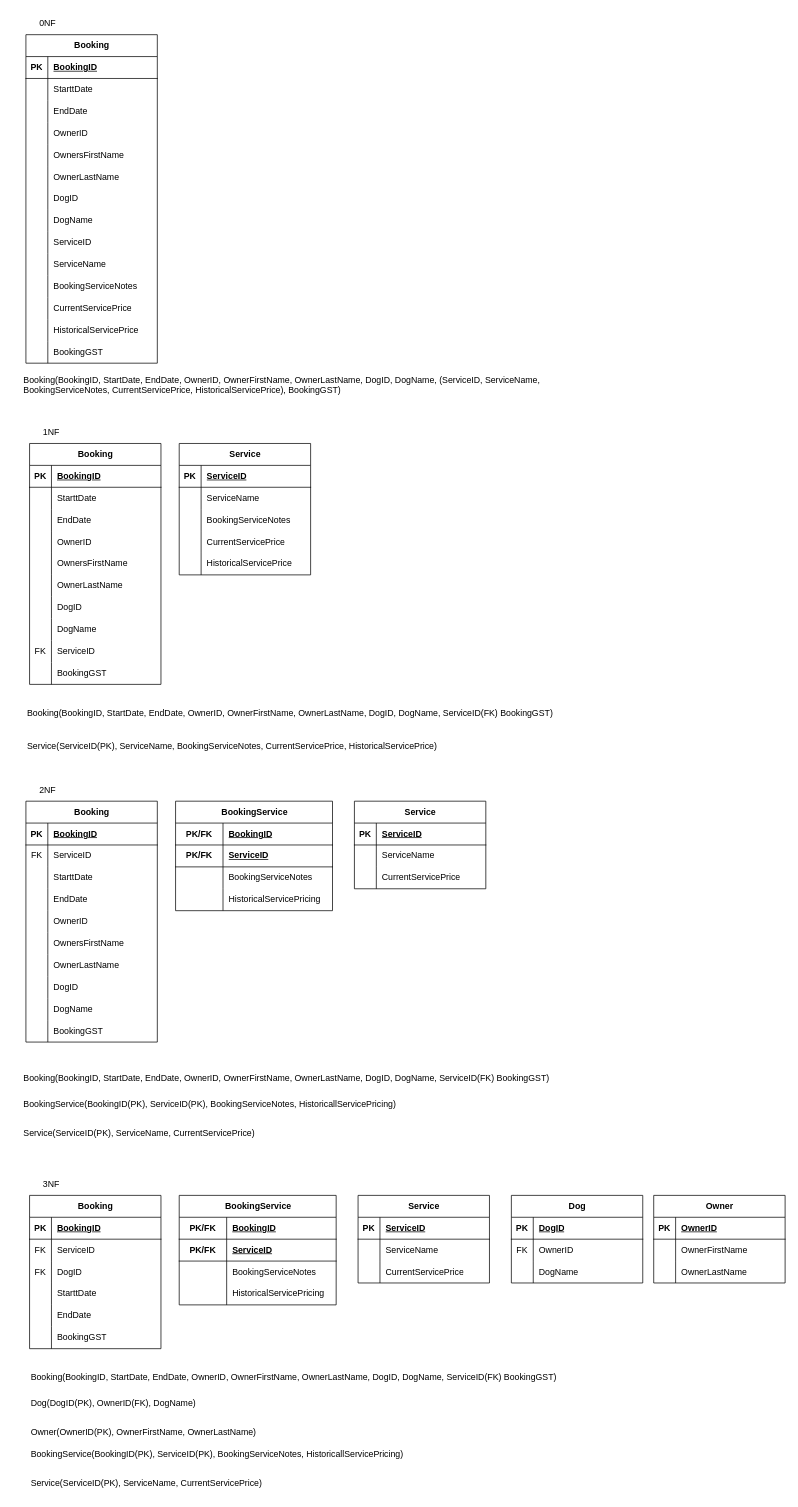
This is Assignment 1 - DUE OCT 2/Assignment1_James_Jaffray/View3withTables.drawio from James-Jaffray/Database_Fundamentals_in_Class, a draw.io file, before an edit. Source tidied: cells renumbered, new cells numbered last; positions are measured from the earlier drawing's top-left corner, leaving out a move shared by most shapes. Both pictures are drawn from the tidied source at 73%, with x=0, y=0 at pixel (22, 12).
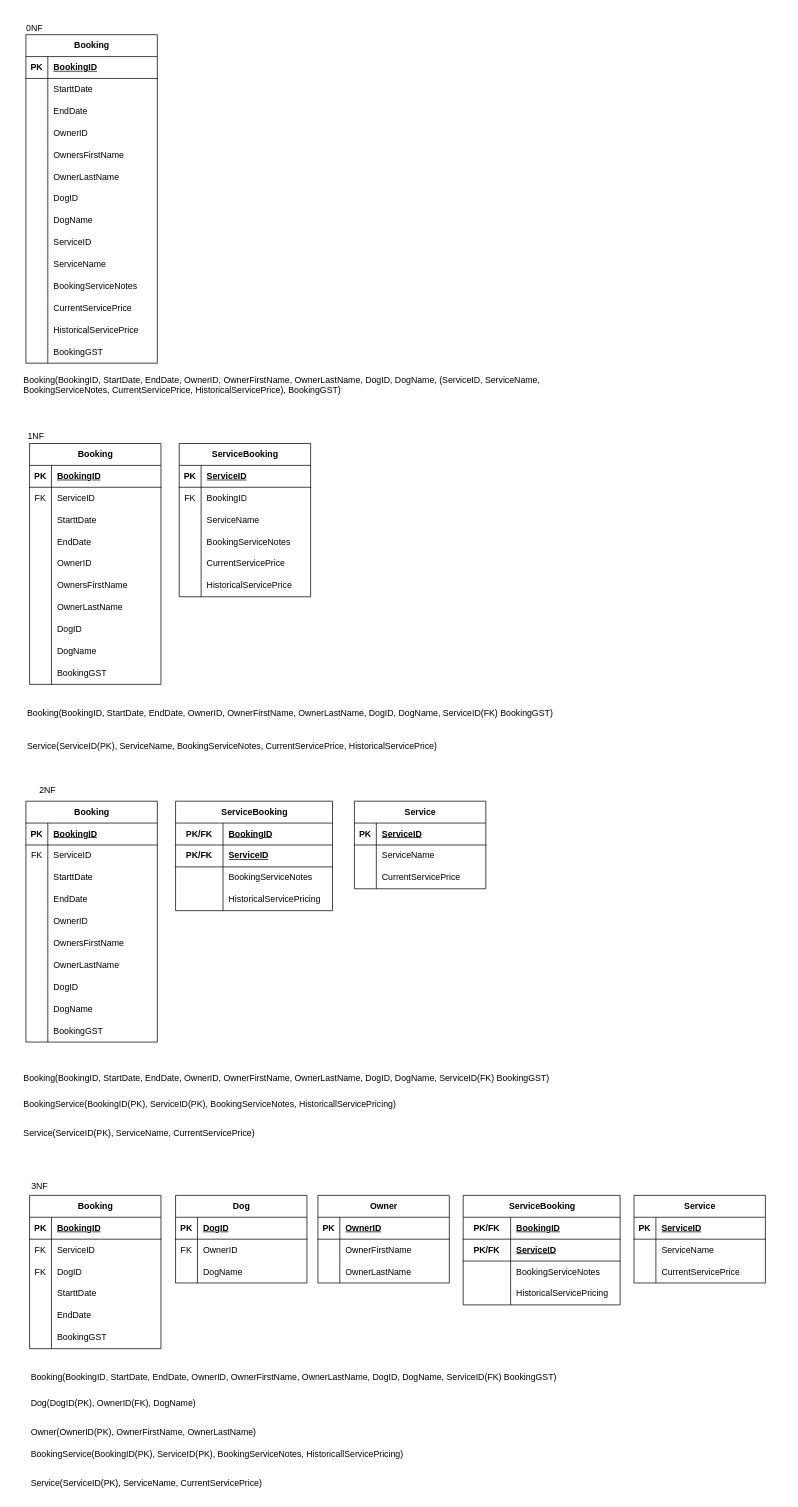
The same diagram, later.

The change refers to these unchanged cells:
```xml
<mxCell id="47" value="Booking" style="shape=table;startSize=30;childLayout=tableLayout;rowLines=0;fontStyle=1;align=center;html=1;" parent="1" vertex="1">
  <mxGeometry x="10" y="590" width="180" height="330" as="geometry" />
</mxCell>
<mxCell id="85" style="shape=tableRow;horizontal=0;startSize=0;swimlaneHead=0;swimlaneBody=0;fillColor=none;top=0;left=0;right=0;bottom=0;" parent="81" vertex="1">
  <mxGeometry y="60" width="180" height="30" as="geometry" />
</mxCell>
```

Change to the diagram source:
```diff
@@
     <mxCell id="2" value="0NF" style="text;html=1;whiteSpace=wrap;strokeColor=none;fillColor=none;align=center;verticalAlign=middle;rounded=0;" parent="1" vertex="1">
-      <mxGeometry x="5" width="60" height="30" as="geometry" />
+      <mxGeometry x="-13" y="6" width="60" height="30" as="geometry" />
     </mxCell>
@@
+    <mxCell id="72" style="shape=tableRow;horizontal=0;startSize=0;swimlaneHead=0;swimlaneBody=0;fillColor=none;top=0;left=0;right=0;bottom=0;" parent="47" vertex="1">
+      <mxGeometry y="60" width="180" height="30" as="geometry" />
+    </mxCell>
+    <mxCell id="73" value="FK" style="shape=partialRectangle;fillColor=none;top=0;left=0;bottom=0;right=0;overflow=hidden;whiteSpace=wrap;html=1;" parent="72" vertex="1">
+      <mxGeometry width="30" height="30" as="geometry" />
+    </mxCell>
+    <mxCell id="74" value="ServiceID" style="shape=partialRectangle;fillColor=none;top=0;left=0;bottom=0;right=0;align=left;spacingLeft=6;overflow=hidden;whiteSpace=wrap;html=1;" parent="72" vertex="1">
+      <mxGeometry x="30" width="150" height="30" as="geometry" />
+    </mxCell>
     <mxCell id="51" style="shape=tableRow;horizontal=0;startSize=0;swimlaneHead=0;swimlaneBody=0;fillColor=none;top=0;left=0;right=0;bottom=0;" parent="47" vertex="1">
-      <mxGeometry y="60" width="180" height="30" as="geometry" />
+      <mxGeometry y="90" width="180" height="30" as="geometry" />
     </mxCell>
@@
     <mxCell id="54" style="shape=tableRow;horizontal=0;startSize=0;swimlaneHead=0;swimlaneBody=0;fillColor=none;top=0;left=0;right=0;bottom=0;" parent="47" vertex="1">
-      <mxGeometry y="90" width="180" height="30" as="geometry" />
+      <mxGeometry y="120" width="180" height="30" as="geometry" />
     </mxCell>
@@
     <mxCell id="57" style="shape=tableRow;horizontal=0;startSize=0;swimlaneHead=0;swimlaneBody=0;fillColor=none;top=0;left=0;right=0;bottom=0;" parent="47" vertex="1">
-      <mxGeometry y="120" width="180" height="30" as="geometry" />
+      <mxGeometry y="150" width="180" height="30" as="geometry" />
     </mxCell>
@@
     <mxCell id="60" style="shape=tableRow;horizontal=0;startSize=0;swimlaneHead=0;swimlaneBody=0;fillColor=none;top=0;left=0;right=0;bottom=0;" parent="47" vertex="1">
-      <mxGeometry y="150" width="180" height="30" as="geometry" />
+      <mxGeometry y="180" width="180" height="30" as="geometry" />
     </mxCell>
@@
     <mxCell id="63" style="shape=tableRow;horizontal=0;startSize=0;swimlaneHead=0;swimlaneBody=0;fillColor=none;top=0;left=0;right=0;bottom=0;" parent="47" vertex="1">
-      <mxGeometry y="180" width="180" height="30" as="geometry" />
+      <mxGeometry y="210" width="180" height="30" as="geometry" />
     </mxCell>
@@
     <mxCell id="66" style="shape=tableRow;horizontal=0;startSize=0;swimlaneHead=0;swimlaneBody=0;fillColor=none;top=0;left=0;right=0;bottom=0;" parent="47" vertex="1">
-      <mxGeometry y="210" width="180" height="30" as="geometry" />
+      <mxGeometry y="240" width="180" height="30" as="geometry" />
     </mxCell>
@@
     <mxCell id="69" style="shape=tableRow;horizontal=0;startSize=0;swimlaneHead=0;swimlaneBody=0;fillColor=none;top=0;left=0;right=0;bottom=0;" parent="47" vertex="1">
-      <mxGeometry y="240" width="180" height="30" as="geometry" />
+      <mxGeometry y="270" width="180" height="30" as="geometry" />
     </mxCell>
@@
-    <mxCell id="72" style="shape=tableRow;horizontal=0;startSize=0;swimlaneHead=0;swimlaneBody=0;fillColor=none;top=0;left=0;right=0;bottom=0;" parent="47" vertex="1">
-      <mxGeometry y="270" width="180" height="30" as="geometry" />
-    </mxCell>
-    <mxCell id="73" value="FK" style="shape=partialRectangle;fillColor=none;top=0;left=0;bottom=0;right=0;overflow=hidden;whiteSpace=wrap;html=1;" parent="72" vertex="1">
-      <mxGeometry width="30" height="30" as="geometry" />
-    </mxCell>
-    <mxCell id="74" value="ServiceID" style="shape=partialRectangle;fillColor=none;top=0;left=0;bottom=0;right=0;align=left;spacingLeft=6;overflow=hidden;whiteSpace=wrap;html=1;" parent="72" vertex="1">
-      <mxGeometry x="30" width="150" height="30" as="geometry" />
-    </mxCell>
@@
     <mxCell id="79" value="1NF" style="text;html=1;whiteSpace=wrap;strokeColor=none;fillColor=none;align=center;verticalAlign=middle;rounded=0;" parent="1" vertex="1">
-      <mxGeometry x="10" y="560" width="60" height="30" as="geometry" />
+      <mxGeometry x="-11" y="565" width="60" height="30" as="geometry" />
     </mxCell>
@@
-    <mxCell id="81" value="Service" style="shape=table;startSize=30;childLayout=tableLayout;rowLines=0;fontStyle=1;align=center;html=1;" parent="1" vertex="1">
-      <mxGeometry x="215" y="590" width="180" height="180" as="geometry" />
+    <mxCell id="81" value="ServiceBooking" style="shape=table;startSize=30;childLayout=tableLayout;rowLines=0;fontStyle=1;align=center;html=1;" parent="1" vertex="1">
+      <mxGeometry x="215" y="590" width="180" height="210" as="geometry" />
     </mxCell>
@@
-    <mxCell id="86" style="shape=partialRectangle;fillColor=none;top=0;left=0;bottom=0;right=0;overflow=hidden;whiteSpace=wrap;html=1;" parent="85" vertex="1">
+    <mxCell id="86" value="FK" style="shape=partialRectangle;fillColor=none;top=0;left=0;bottom=0;right=0;overflow=hidden;whiteSpace=wrap;html=1;" parent="85" vertex="1">
       <mxGeometry width="30" height="30" as="geometry" />
     </mxCell>
-    <mxCell id="87" value="ServiceName" style="shape=partialRectangle;fillColor=none;top=0;left=0;bottom=0;right=0;align=left;spacingLeft=6;overflow=hidden;whiteSpace=wrap;html=1;" parent="85" vertex="1">
+    <mxCell id="87" value="BookingID" style="shape=partialRectangle;fillColor=none;top=0;left=0;bottom=0;right=0;align=left;spacingLeft=6;overflow=hidden;whiteSpace=wrap;html=1;" parent="85" vertex="1">
       <mxGeometry x="30" width="150" height="30" as="geometry" />
     </mxCell>
+    <mxCell id="223" style="shape=tableRow;horizontal=0;startSize=0;swimlaneHead=0;swimlaneBody=0;fillColor=none;top=0;left=0;right=0;bottom=0;" parent="81" vertex="1">
+      <mxGeometry y="90" width="180" height="30" as="geometry" />
+    </mxCell>
+    <mxCell id="224" style="shape=partialRectangle;fillColor=none;top=0;left=0;bottom=0;right=0;overflow=hidden;whiteSpace=wrap;html=1;" parent="223" vertex="1">
+      <mxGeometry width="30" height="30" as="geometry" />
+    </mxCell>
+    <mxCell id="225" value="ServiceName" style="shape=partialRectangle;fillColor=none;top=0;left=0;bottom=0;right=0;align=left;spacingLeft=6;overflow=hidden;whiteSpace=wrap;html=1;" parent="223" vertex="1">
+      <mxGeometry x="30" width="150" height="30" as="geometry" />
+    </mxCell>
     <mxCell id="88" style="shape=tableRow;horizontal=0;startSize=0;swimlaneHead=0;swimlaneBody=0;fillColor=none;top=0;left=0;right=0;bottom=0;" parent="81" vertex="1">
-      <mxGeometry y="90" width="180" height="30" as="geometry" />
+      <mxGeometry y="120" width="180" height="30" as="geometry" />
     </mxCell>
@@
     <mxCell id="91" style="shape=tableRow;horizontal=0;startSize=0;swimlaneHead=0;swimlaneBody=0;fillColor=none;top=0;left=0;right=0;bottom=0;" parent="81" vertex="1">
-      <mxGeometry y="120" width="180" height="30" as="geometry" />
+      <mxGeometry y="150" width="180" height="30" as="geometry" />
     </mxCell>
@@
     <mxCell id="94" style="shape=tableRow;horizontal=0;startSize=0;swimlaneHead=0;swimlaneBody=0;fillColor=none;top=0;left=0;right=0;bottom=0;" parent="81" vertex="1">
-      <mxGeometry y="150" width="180" height="30" as="geometry" />
+      <mxGeometry y="180" width="180" height="30" as="geometry" />
     </mxCell>
@@
-    <mxCell id="142" value="BookingService" style="shape=table;startSize=30;childLayout=tableLayout;rowLines=0;fontStyle=1;align=center;html=1;" parent="1" vertex="1">
+    <mxCell id="142" value="ServiceBooking" style="shape=table;startSize=30;childLayout=tableLayout;rowLines=0;fontStyle=1;align=center;html=1;" parent="1" vertex="1">
       <mxGeometry x="210" y="1080" width="215" height="150" as="geometry" />
     </mxCell>
@@
     <mxCell id="174" value="3NF" style="text;html=1;whiteSpace=wrap;strokeColor=none;fillColor=none;align=center;verticalAlign=middle;rounded=0;" parent="1" vertex="1">
-      <mxGeometry x="10" y="1590" width="60" height="30" as="geometry" />
+      <mxGeometry x="-6" y="1593" width="60" height="30" as="geometry" />
     </mxCell>
@@
     <mxCell id="176" value="Service" style="shape=table;startSize=30;childLayout=tableLayout;rowLines=0;fontStyle=1;align=center;html=1;" parent="1" vertex="1">
-      <mxGeometry x="460" y="1620" width="180" height="120" as="geometry" />
+      <mxGeometry x="838" y="1620" width="180" height="120" as="geometry" />
     </mxCell>
@@
-    <mxCell id="187" value="BookingService" style="shape=table;startSize=30;childLayout=tableLayout;rowLines=0;fontStyle=1;align=center;html=1;" parent="1" vertex="1">
-      <mxGeometry x="215" y="1620" width="215" height="150" as="geometry" />
+    <mxCell id="187" value="ServiceBooking" style="shape=table;startSize=30;childLayout=tableLayout;rowLines=0;fontStyle=1;align=center;html=1;" parent="1" vertex="1">
+      <mxGeometry x="604" y="1620" width="215" height="150" as="geometry" />
     </mxCell>
@@
     <mxCell id="203" value="Dog" style="shape=table;startSize=30;childLayout=tableLayout;rowLines=0;fontStyle=1;align=center;html=1;" parent="1" vertex="1">
-      <mxGeometry x="670" y="1620" width="180" height="120" as="geometry" />
+      <mxGeometry x="210" y="1620" width="180" height="120" as="geometry" />
     </mxCell>
@@
     <mxCell id="213" value="Owner" style="shape=table;startSize=30;childLayout=tableLayout;rowLines=0;fontStyle=1;align=center;html=1;" parent="1" vertex="1">
-      <mxGeometry x="865" y="1620" width="180" height="120" as="geometry" />
+      <mxGeometry x="405" y="1620" width="180" height="120" as="geometry" />
     </mxCell>
```
